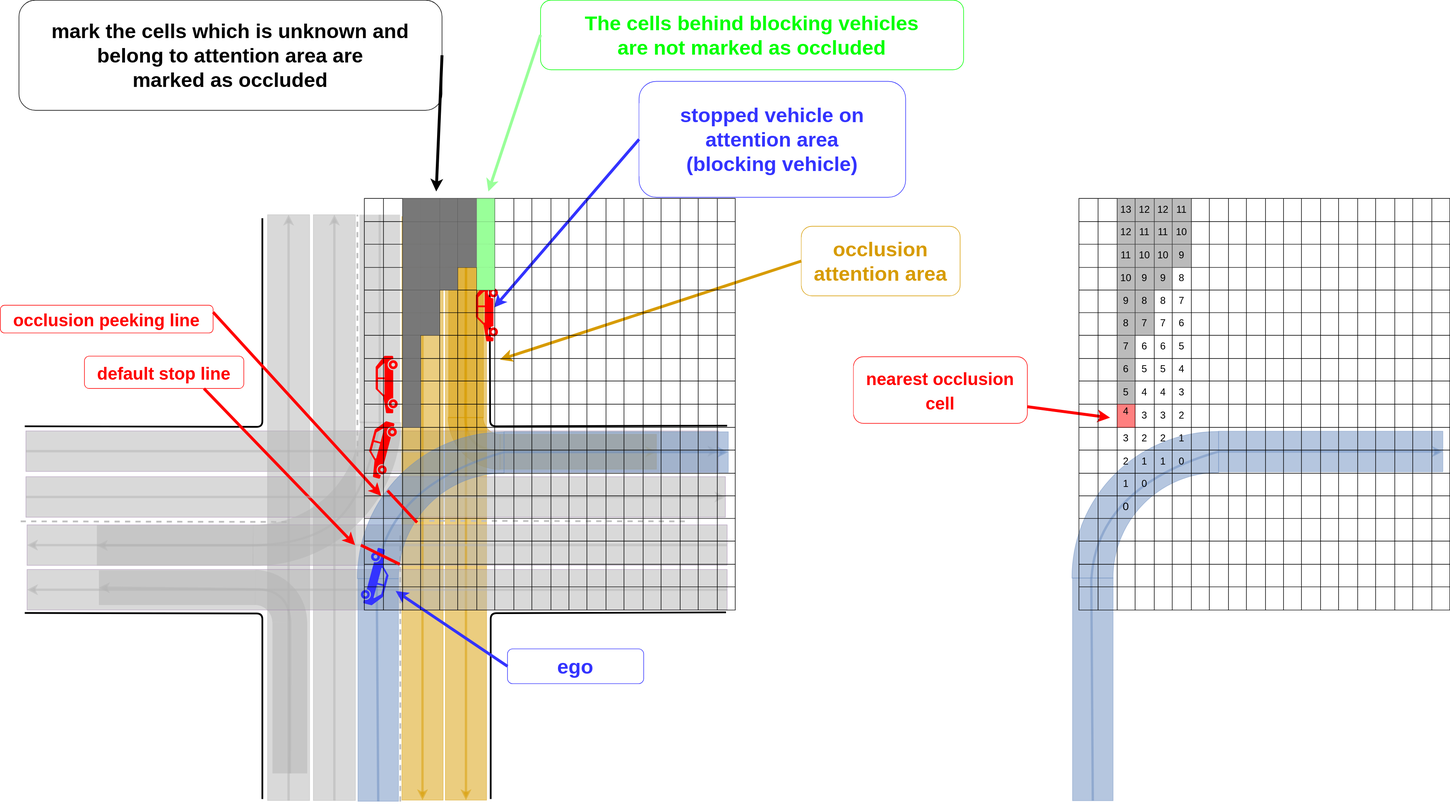
The draw.io diagram main/planning/behavior_velocity_intersection_module/docs/occlusion_grid.drawio.svg in ralwing/autoware.universe, before a commit. Source tidied: cells renumbered, new cells last; positions are measured from the earlier drawing's top-left corner, leaving out a move shared by most shapes.
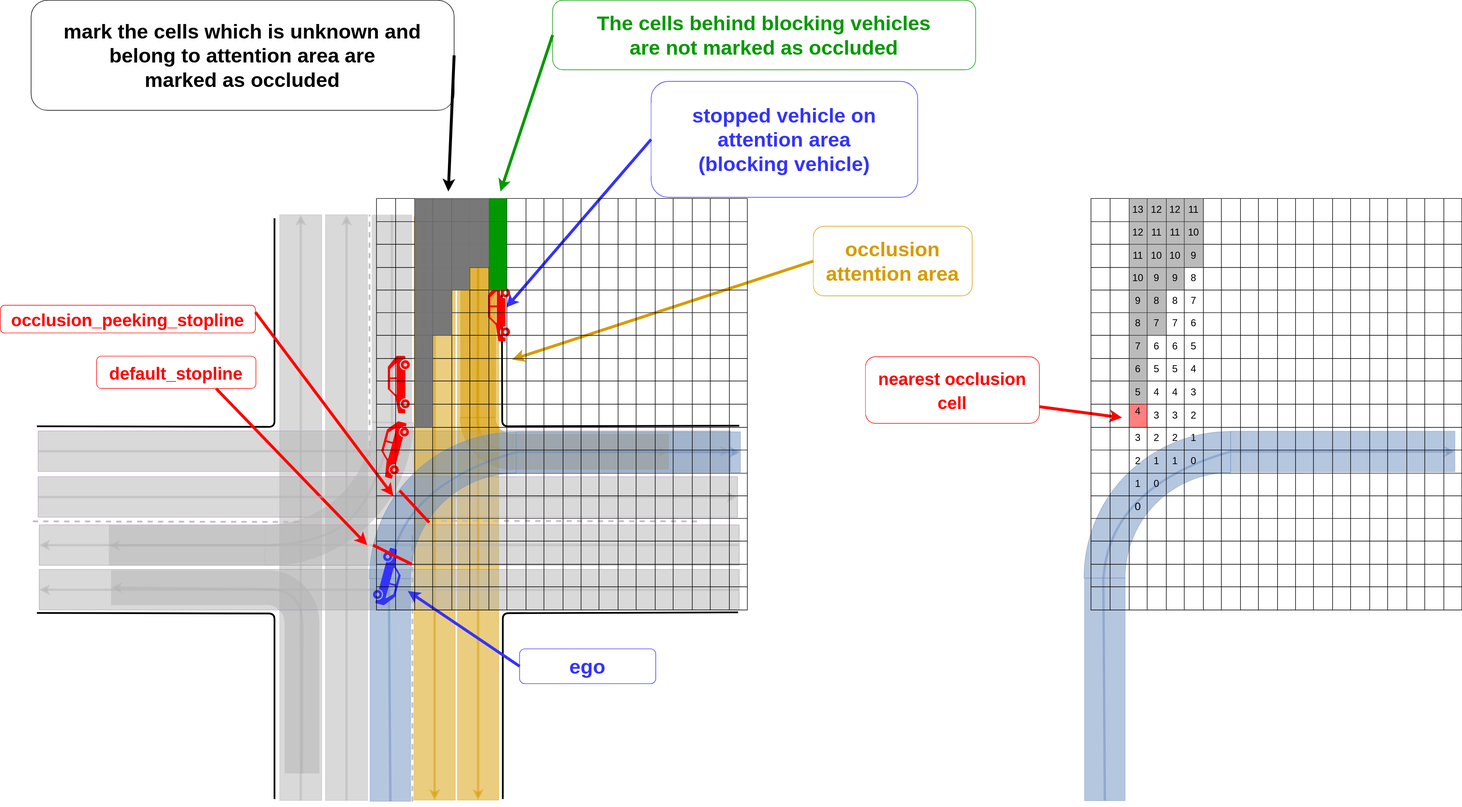
Above is the later version.

The edit, as a diff of the source:
```diff
@@ -205,7 +205,7 @@
     <mxCell id="46" style="endArrow=classic;html=1;rounded=0;strokeColor=#B3B3B3;strokeWidth=4;opacity=50;entryX=0;entryY=0.5;entryDx=0;entryDy=0;exitX=1;exitY=0.5;exitDx=0;exitDy=0;endFill=1;" parent="40" edge="1" source="43" target="43">
       <mxGeometry relative="1" as="geometry" />
     </mxCell>
-    <mxCell id="47" value="&lt;b style=&quot;&quot;&gt;&lt;font color=&quot;#ff0000&quot; style=&quot;font-size: 30px;&quot;&gt;default stop line&lt;/font&gt;&lt;/b&gt;" style="rounded=1;whiteSpace=wrap;html=1;labelBackgroundColor=#FFFFFF;strokeColor=#FF0000;fontSize=35;fontColor=#D79B00;fillColor=none;" parent="40" vertex="1">
+    <mxCell id="47" value="&lt;b style=&quot;&quot;&gt;&lt;font color=&quot;#ff0000&quot; style=&quot;font-size: 30px;&quot;&gt;default_stopline&lt;/font&gt;&lt;/b&gt;" style="rounded=1;whiteSpace=wrap;html=1;labelBackgroundColor=#FFFFFF;strokeColor=#FF0000;fontSize=35;fontColor=#D79B00;fillColor=none;" parent="40" vertex="1">
       <mxGeometry x="65" y="250" width="275" height="55.9" as="geometry" />
     </mxCell>
     <mxCell id="48" style="endArrow=classic;html=1;rounded=0;strokeColor=#FF0000;strokeWidth=5;fontSize=35;fontColor=#7F00FF;exitX=0.75;exitY=1;exitDx=0;exitDy=0;" parent="40" edge="1" source="47">
@@ -213,8 +213,8 @@
         <mxPoint x="532" y="576" as="targetPoint" />
       </mxGeometry>
     </mxCell>
-    <mxCell id="49" value="&lt;b style=&quot;&quot;&gt;&lt;font color=&quot;#ff0000&quot; style=&quot;font-size: 30px;&quot;&gt;occlusion peeking line&lt;/font&gt;&lt;/b&gt;" style="rounded=1;whiteSpace=wrap;html=1;labelBackgroundColor=#FFFFFF;strokeColor=#FF0000;fontSize=35;fontColor=#D79B00;fillColor=none;" parent="40" vertex="1">
-      <mxGeometry x="-80" y="162.2" width="367" height="47.8" as="geometry" />
+    <mxCell id="49" value="&lt;b style=&quot;&quot;&gt;&lt;font color=&quot;#ff0000&quot; style=&quot;font-size: 30px;&quot;&gt;occlusion_peeking_stopline&lt;/font&gt;&lt;/b&gt;" style="rounded=1;whiteSpace=wrap;html=1;labelBackgroundColor=#FFFFFF;strokeColor=#FF0000;fontSize=35;fontColor=#D79B00;fillColor=none;" parent="40" vertex="1">
+      <mxGeometry x="-101" y="162.2" width="440" height="47.8" as="geometry" />
     </mxCell>
     <mxCell id="50" style="endArrow=classic;html=1;rounded=0;strokeColor=#FF0000;strokeWidth=5;fontSize=35;fontColor=#7F00FF;exitX=1;exitY=0.25;exitDx=0;exitDy=0;" parent="40" edge="1" source="49">
       <mxGeometry relative="1" as="geometry">
@@ -310,7 +310,7 @@
     <mxCell id="77" style="shape=partialRectangle;html=1;whiteSpace=wrap;overflow=hidden;fillColor=#787878;top=0;left=0;bottom=0;right=0;" parent="71" vertex="1">
       <mxGeometry x="161" width="33" height="40" as="geometry" />
     </mxCell>
-    <mxCell id="78" style="shape=partialRectangle;html=1;whiteSpace=wrap;overflow=hidden;fillColor=#99FF99;top=0;left=0;bottom=0;right=0;strokeColor=none;strokeWidth=1;" parent="71" vertex="1">
+    <mxCell id="78" style="shape=partialRectangle;html=1;whiteSpace=wrap;overflow=hidden;fillColor=#009900;top=0;left=0;bottom=0;right=0;strokeColor=none;strokeWidth=1;" parent="71" vertex="1">
       <mxGeometry x="194" width="31" height="40" as="geometry" />
     </mxCell>
     <mxCell id="79" style="shape=partialRectangle;html=1;whiteSpace=wrap;overflow=hidden;fillColor=none;top=0;left=0;bottom=0;right=0;" parent="71" vertex="1">
@@ -373,7 +373,7 @@
     <mxCell id="98" style="shape=partialRectangle;html=1;whiteSpace=wrap;overflow=hidden;fillColor=#787878;top=0;left=0;bottom=0;right=0;" parent="92" vertex="1">
       <mxGeometry x="161" width="33" height="39" as="geometry" />
     </mxCell>
-    <mxCell id="99" style="shape=partialRectangle;html=1;whiteSpace=wrap;overflow=hidden;fillColor=#99FF99;top=0;left=0;bottom=0;right=0;strokeColor=none;strokeWidth=1;" parent="92" vertex="1">
+    <mxCell id="99" style="shape=partialRectangle;html=1;whiteSpace=wrap;overflow=hidden;fillColor=#009900;top=0;left=0;bottom=0;right=0;strokeColor=none;strokeWidth=1;" parent="92" vertex="1">
       <mxGeometry x="194" width="31" height="39" as="geometry" />
     </mxCell>
     <mxCell id="100" style="shape=partialRectangle;html=1;whiteSpace=wrap;overflow=hidden;fillColor=none;top=0;left=0;bottom=0;right=0;" parent="92" vertex="1">
@@ -436,7 +436,7 @@
     <mxCell id="119" style="shape=partialRectangle;html=1;whiteSpace=wrap;overflow=hidden;fillColor=#787878;top=0;left=0;bottom=0;right=0;" parent="113" vertex="1">
       <mxGeometry x="161" width="33" height="40" as="geometry" />
     </mxCell>
-    <mxCell id="120" style="shape=partialRectangle;html=1;whiteSpace=wrap;overflow=hidden;fillColor=#99FF99;top=0;left=0;bottom=0;right=0;strokeColor=none;strokeWidth=1;" parent="113" vertex="1">
+    <mxCell id="120" style="shape=partialRectangle;html=1;whiteSpace=wrap;overflow=hidden;fillColor=#009900;top=0;left=0;bottom=0;right=0;strokeColor=none;strokeWidth=1;" parent="113" vertex="1">
       <mxGeometry x="194" width="31" height="40" as="geometry" />
     </mxCell>
     <mxCell id="121" style="shape=partialRectangle;html=1;whiteSpace=wrap;overflow=hidden;fillColor=none;top=0;left=0;bottom=0;right=0;" parent="113" vertex="1">
@@ -499,7 +499,7 @@
     <mxCell id="140" style="shape=partialRectangle;html=1;whiteSpace=wrap;overflow=hidden;fillColor=none;top=0;left=0;bottom=0;right=0;" parent="134" vertex="1">
       <mxGeometry x="161" width="33" height="39" as="geometry" />
     </mxCell>
-    <mxCell id="141" style="shape=partialRectangle;html=1;whiteSpace=wrap;overflow=hidden;fillColor=#99FF99;top=0;left=0;bottom=0;right=0;strokeColor=none;strokeWidth=1;" parent="134" vertex="1">
+    <mxCell id="141" style="shape=partialRectangle;html=1;whiteSpace=wrap;overflow=hidden;fillColor=#009900;top=0;left=0;bottom=0;right=0;strokeColor=none;strokeWidth=1;" parent="134" vertex="1">
       <mxGeometry x="194" width="31" height="39" as="geometry" />
     </mxCell>
     <mxCell id="142" style="shape=partialRectangle;html=1;whiteSpace=wrap;overflow=hidden;fillColor=none;top=0;left=0;bottom=0;right=0;" parent="134" vertex="1">
@@ -1423,10 +1423,10 @@
     <mxCell id="448" style="shape=partialRectangle;html=1;whiteSpace=wrap;overflow=hidden;fillColor=none;top=0;left=0;bottom=0;right=0;" parent="428" vertex="1">
       <mxGeometry x="609" width="31" height="40" as="geometry" />
     </mxCell>
-    <mxCell id="449" value="&lt;b style=&quot;&quot;&gt;&lt;font color=&quot;#00ff00&quot;&gt;The cells behind blocking vehicles&lt;br&gt;are not marked as occluded&lt;br&gt;&lt;/font&gt;&lt;/b&gt;" style="rounded=1;whiteSpace=wrap;html=1;labelBackgroundColor=#FFFFFF;strokeColor=#00FF00;fontSize=35;fontColor=#D79B00;fillColor=none;" parent="1" vertex="1">
+    <mxCell id="449" value="&lt;b style=&quot;&quot;&gt;&lt;font color=&quot;#009900&quot;&gt;The cells behind blocking vehicles&lt;br&gt;are not marked as occluded&lt;/font&gt;&lt;br&gt;&lt;/b&gt;" style="rounded=1;whiteSpace=wrap;html=1;labelBackgroundColor=#FFFFFF;strokeColor=#009900;fontSize=35;fontColor=#D79B00;fillColor=none;" parent="1" vertex="1">
       <mxGeometry x="940" width="730" height="120" as="geometry" />
     </mxCell>
-    <mxCell id="450" style="endArrow=classic;html=1;rounded=0;strokeColor=#99FF99;strokeWidth=5;fontSize=35;fontColor=#D79B00;exitX=0;exitY=0.5;exitDx=0;exitDy=0;" parent="1" edge="1" source="449">
+    <mxCell id="450" style="endArrow=classic;html=1;rounded=0;strokeColor=#009900;strokeWidth=5;fontSize=35;fontColor=#D79B00;exitX=0;exitY=0.5;exitDx=0;exitDy=0;" parent="1" edge="1" source="449">
       <mxGeometry relative="1" as="geometry">
         <mxPoint x="850" y="330" as="targetPoint" />
       </mxGeometry>
```
